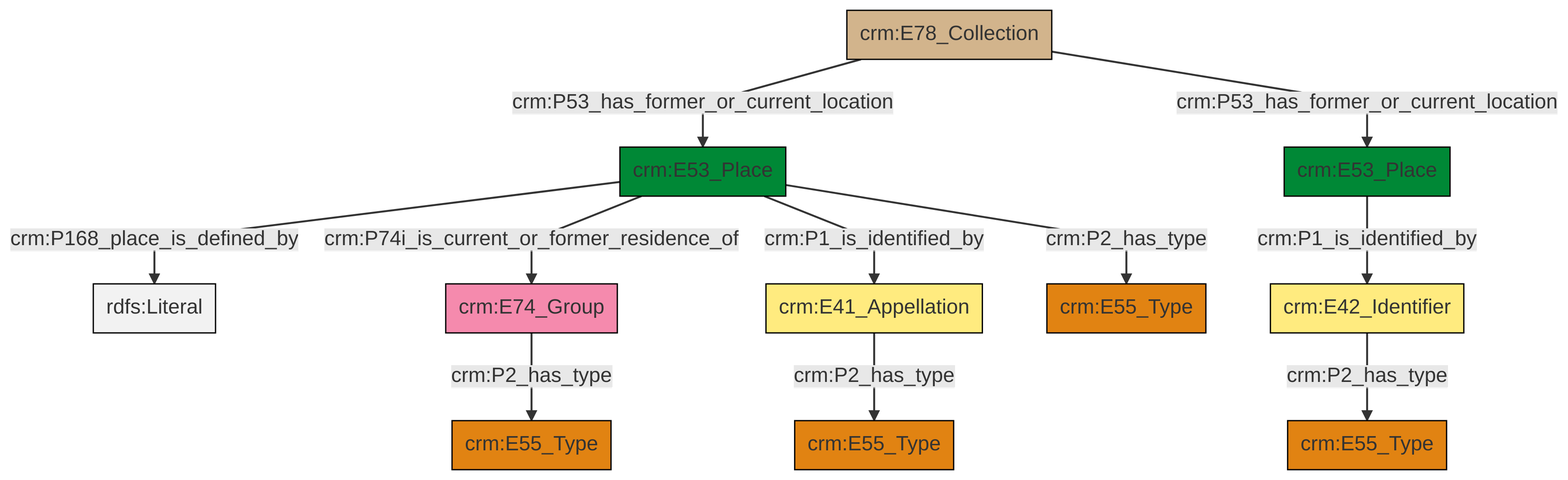
Above: et/archivalCSV/ttl/mmd/png/archival_location.png in swiss-art-research-net/docs.swissartresearch (Mermaid), before the change. Its source is kept beside it as et/archivalCSV/ttl/mmd/archival_location.ttl.mmd.
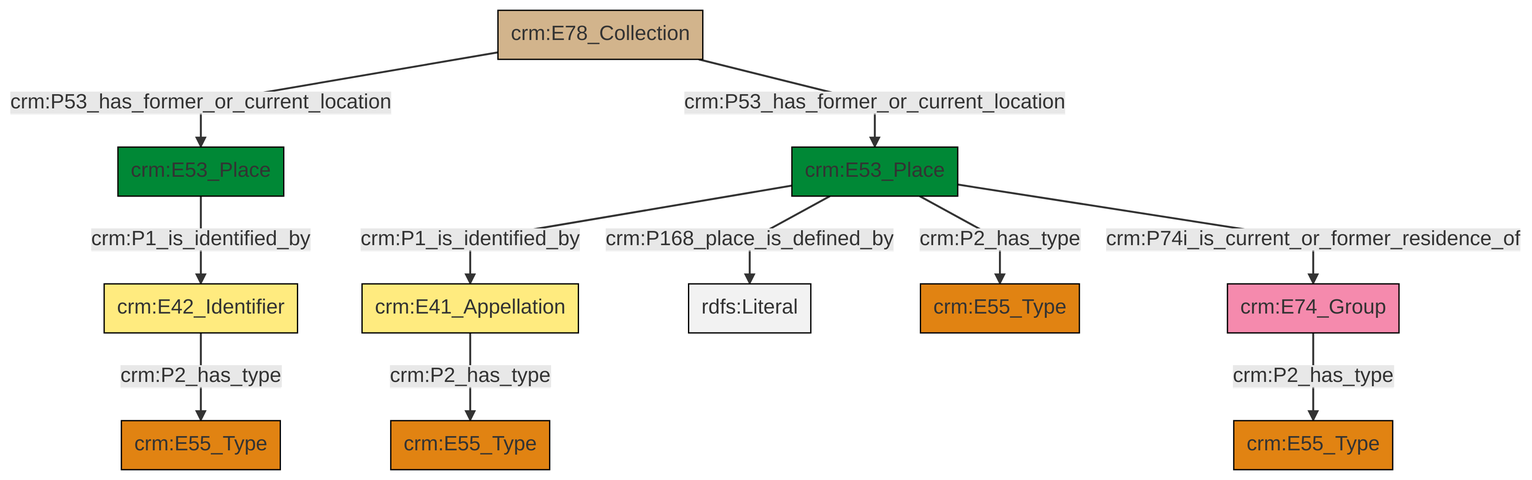
After the commit.

Diff of the diagram source:
```diff
@@ -13,13 +13,13 @@
 classDef PC_Classes fill:#4ce600, stroke:#000000;
 classDef Multi fill:#cccccc,stroke:#000000;
 
-0["crm:E53_Place"]:::Place -->|crm:P168_place_is_defined_by| 1[rdfs:Literal]:::Literal
-2["crm:E41_Appellation"]:::Appellation -->|crm:P2_has_type| 3["crm:E55_Type"]:::Type
-5["crm:E74_Group"]:::Actor -->|crm:P2_has_type| 6["crm:E55_Type"]:::Type
-0["crm:E53_Place"]:::Place -->|crm:P74i_is_current_or_former_residence_of| 5["crm:E74_Group"]:::Actor
-9["crm:E42_Identifier"]:::Appellation -->|crm:P2_has_type| 13["crm:E55_Type"]:::Type
-14["crm:E53_Place"]:::Place -->|crm:P1_is_identified_by| 9["crm:E42_Identifier"]:::Appellation
-17["crm:E78_Collection"]:::Physical_Thing -->|crm:P53_has_former_or_current_location| 0["crm:E53_Place"]:::Place
-0["crm:E53_Place"]:::Place -->|crm:P1_is_identified_by| 2["crm:E41_Appellation"]:::Appellation
-17["crm:E78_Collection"]:::Physical_Thing -->|crm:P53_has_former_or_current_location| 14["crm:E53_Place"]:::Place
-0["crm:E53_Place"]:::Place -->|crm:P2_has_type| 7["crm:E55_Type"]:::Type
+10["crm:E53_Place"]:::Place -->|crm:P1_is_identified_by| 11["crm:E41_Appellation"]:::Appellation
+13["crm:E53_Place"]:::Place -->|crm:P1_is_identified_by| 8["crm:E42_Identifier"]:::Appellation
+10["crm:E53_Place"]:::Place -->|crm:P168_place_is_defined_by| 14[rdfs:Literal]:::Literal
+10["crm:E53_Place"]:::Place -->|crm:P2_has_type| 4["crm:E55_Type"]:::Type
+16["crm:E78_Collection"]:::Physical_Thing -->|crm:P53_has_former_or_current_location| 13["crm:E53_Place"]:::Place
+6["crm:E74_Group"]:::Actor -->|crm:P2_has_type| 0["crm:E55_Type"]:::Type
+10["crm:E53_Place"]:::Place -->|crm:P74i_is_current_or_former_residence_of| 6["crm:E74_Group"]:::Actor
+11["crm:E41_Appellation"]:::Appellation -->|crm:P2_has_type| 2["crm:E55_Type"]:::Type
+16["crm:E78_Collection"]:::Physical_Thing -->|crm:P53_has_former_or_current_location| 10["crm:E53_Place"]:::Place
+8["crm:E42_Identifier"]:::Appellation -->|crm:P2_has_type| 19["crm:E55_Type"]:::Type
```
